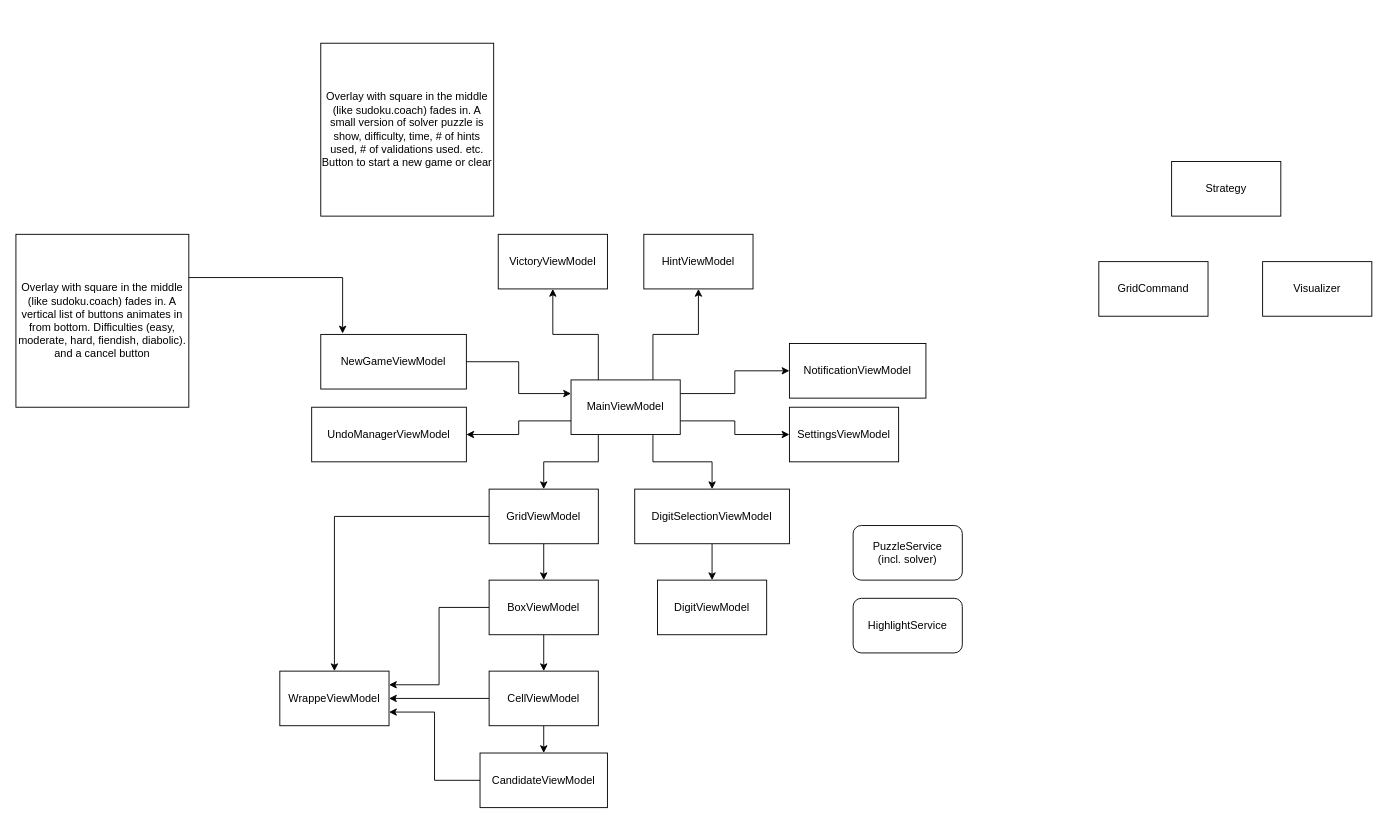
The draw.io diagram Documentation/Architecture.drawio in lycilph/SudokuSolver, before the edit. Source tidied: cells renumbered, new cells numbered last; positions are measured from the earlier drawing's top-left corner, leaving out a move shared by most shapes. Both pictures are drawn from the tidied source at 91%, with x=0, y=0 at pixel (15, 43).
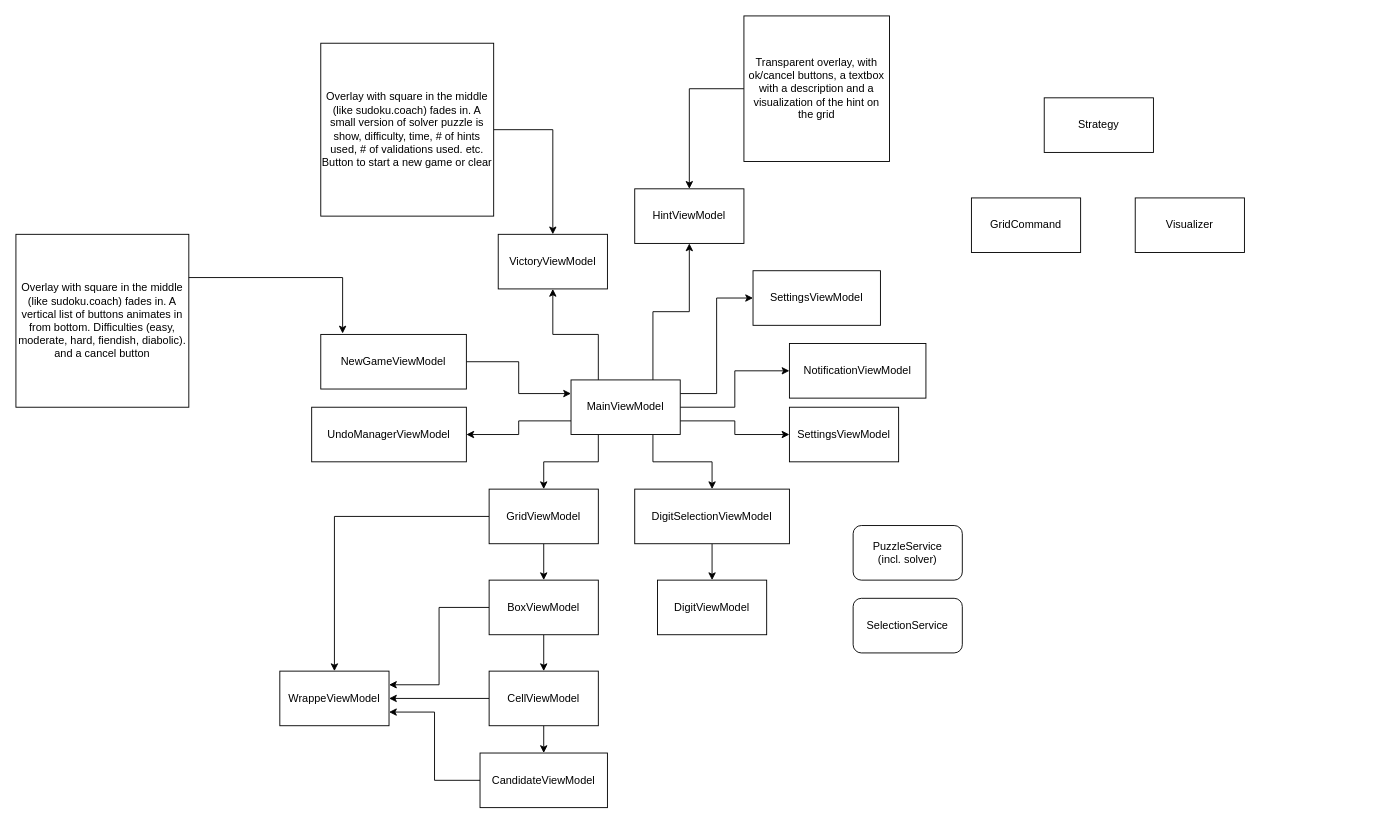
Above is the later version.

Commit message:
Updated architecture drawing

Unchanged cells that the change refers to:
```xml
<mxCell id="9" value="MainViewModel" style="rounded=0;whiteSpace=wrap;html=1;" parent="1" vertex="1">
  <mxGeometry x="610" y="370" width="120" height="60" as="geometry" />
</mxCell>
<mxCell id="29" value="VictoryViewModel" style="rounded=0;whiteSpace=wrap;html=1;" parent="1" vertex="1">
  <mxGeometry x="530" y="210" width="120" height="60" as="geometry" />
</mxCell>
<mxCell id="30" value="NotificationViewModel" style="rounded=0;whiteSpace=wrap;html=1;" parent="1" vertex="1">
  <mxGeometry x="850" y="330" width="150" height="60" as="geometry" />
</mxCell>
<mxCell id="39" value="Overlay with square in the middle (like sudoku.coach) fades in. A small version of solver puzzle is show, difficulty, time, # of hints used, # of validations used. etc.&lt;div&gt;Button to start a new game or clear&lt;/div&gt;" style="whiteSpace=wrap;html=1;" parent="1" vertex="1">
  <mxGeometry x="335" width="190" height="190" as="geometry" />
</mxCell>
```

The edit, as a diff of the source:
```diff
@@
-    <mxCell id="8" style="edgeStyle=orthogonalEdgeStyle;rounded=0;jettySize=auto;html=1;exitX=1;exitY=0.25;exitDx=0;exitDy=0;entryX=0;entryY=0.5;entryDx=0;entryDy=0;" parent="1" edge="1" source="9" target="30">
+    <mxCell id="8" style="edgeStyle=orthogonalEdgeStyle;rounded=0;jettySize=auto;html=1;exitX=1;exitY=0.5;exitDx=0;exitDy=0;entryX=0;entryY=0.5;entryDx=0;entryDy=0;" parent="1" edge="1" source="9" target="30">
       <mxGeometry relative="1" as="geometry" />
     </mxCell>
+    <mxCell id="40" style="edgeStyle=orthogonalEdgeStyle;rounded=0;jettySize=auto;html=1;exitX=1;exitY=0.25;exitDx=0;exitDy=0;entryX=0;entryY=0.5;entryDx=0;entryDy=0;" parent="1" edge="1" source="9" target="44">
+      <mxGeometry relative="1" as="geometry" />
+    </mxCell>
@@
-    <mxCell id="26" value="HighlightService" style="rounded=1;whiteSpace=wrap;html=1;" parent="1" vertex="1">
+    <mxCell id="26" value="SelectionService" style="rounded=1;whiteSpace=wrap;html=1;" parent="1" vertex="1">
       <mxGeometry x="920" y="610" width="120" height="60" as="geometry" />
     </mxCell>
@@
     <mxCell id="28" value="HintViewModel" style="rounded=0;whiteSpace=wrap;html=1;" parent="1" vertex="1">
-      <mxGeometry x="690" y="210" width="120" height="60" as="geometry" />
+      <mxGeometry x="680" y="160" width="120" height="60" as="geometry" />
     </mxCell>
@@
     <mxCell id="31" value="Strategy" style="rounded=0;whiteSpace=wrap;html=1;" parent="1" vertex="1">
-      <mxGeometry x="1270" y="130" width="120" height="60" as="geometry" />
+      <mxGeometry x="1130" y="60" width="120" height="60" as="geometry" />
     </mxCell>
     <mxCell id="32" value="GridCommand" style="rounded=0;whiteSpace=wrap;html=1;" parent="1" vertex="1">
-      <mxGeometry x="1190" y="240" width="120" height="60" as="geometry" />
+      <mxGeometry x="1050" y="170" width="120" height="60" as="geometry" />
     </mxCell>
     <mxCell id="33" value="Visualizer" style="rounded=0;whiteSpace=wrap;html=1;" parent="1" vertex="1">
-      <mxGeometry x="1370" y="240" width="120" height="60" as="geometry" />
+      <mxGeometry x="1230" y="170" width="120" height="60" as="geometry" />
     </mxCell>
@@
+    <mxCell id="41" style="edgeStyle=orthogonalEdgeStyle;rounded=0;jettySize=auto;html=1;exitX=1;exitY=0.5;exitDx=0;exitDy=0;entryX=0.5;entryY=0;entryDx=0;entryDy=0;" parent="1" edge="1" source="39" target="29">
+      <mxGeometry relative="1" as="geometry" />
+    </mxCell>
@@
+    <mxCell id="42" style="edgeStyle=orthogonalEdgeStyle;rounded=0;jettySize=auto;html=1;exitX=0;exitY=0.5;exitDx=0;exitDy=0;entryX=0.5;entryY=0;entryDx=0;entryDy=0;" parent="1" edge="1" source="43" target="28">
+      <mxGeometry relative="1" as="geometry" />
+    </mxCell>
+    <mxCell id="43" value="Transparent overlay, with ok/cancel buttons, a textbox with a description and a visualization of the hint on the grid" style="whiteSpace=wrap;html=1;" parent="1" vertex="1">
+      <mxGeometry x="800" y="-30" width="160" height="160" as="geometry" />
+    </mxCell>
+    <mxCell id="44" value="SettingsViewModel" style="rounded=0;whiteSpace=wrap;html=1;" parent="1" vertex="1">
+      <mxGeometry x="810" y="250" width="140" height="60" as="geometry" />
+    </mxCell>
```
